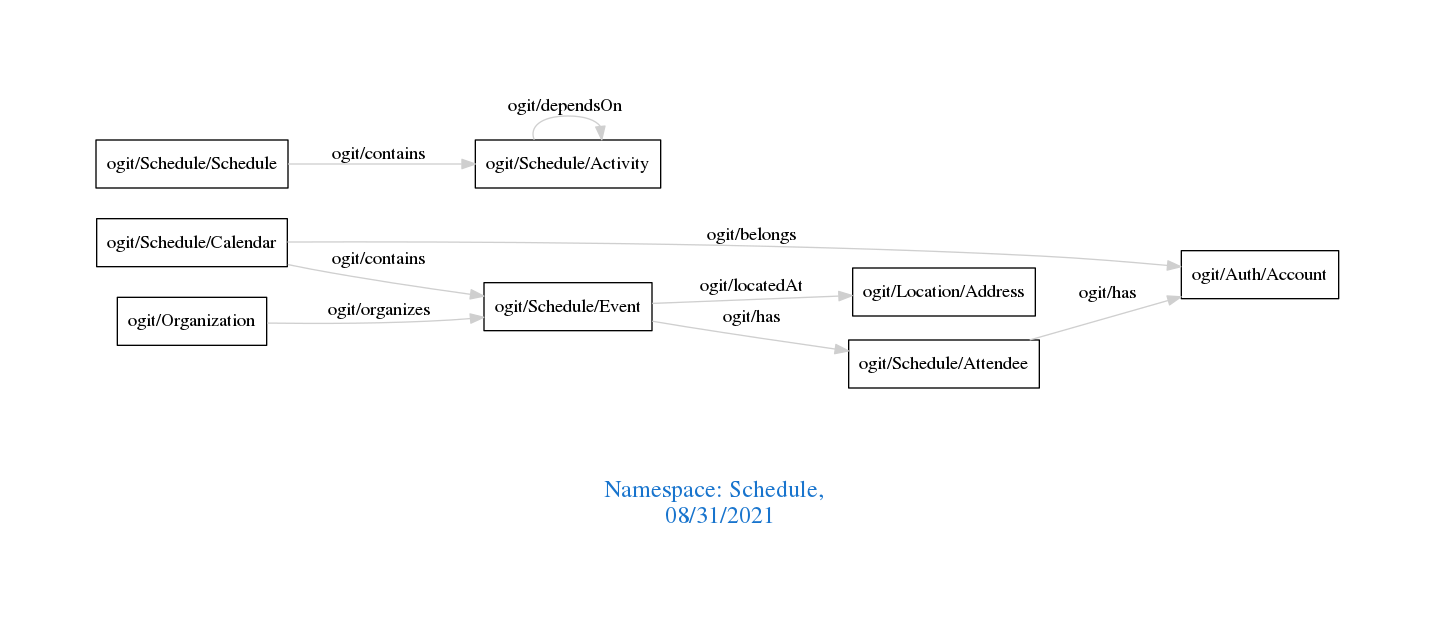
Earlier version of the Graphviz export downloads/Schedule.png (arago/OGIT). Its source is kept beside it as downloads/Schedule.dot.
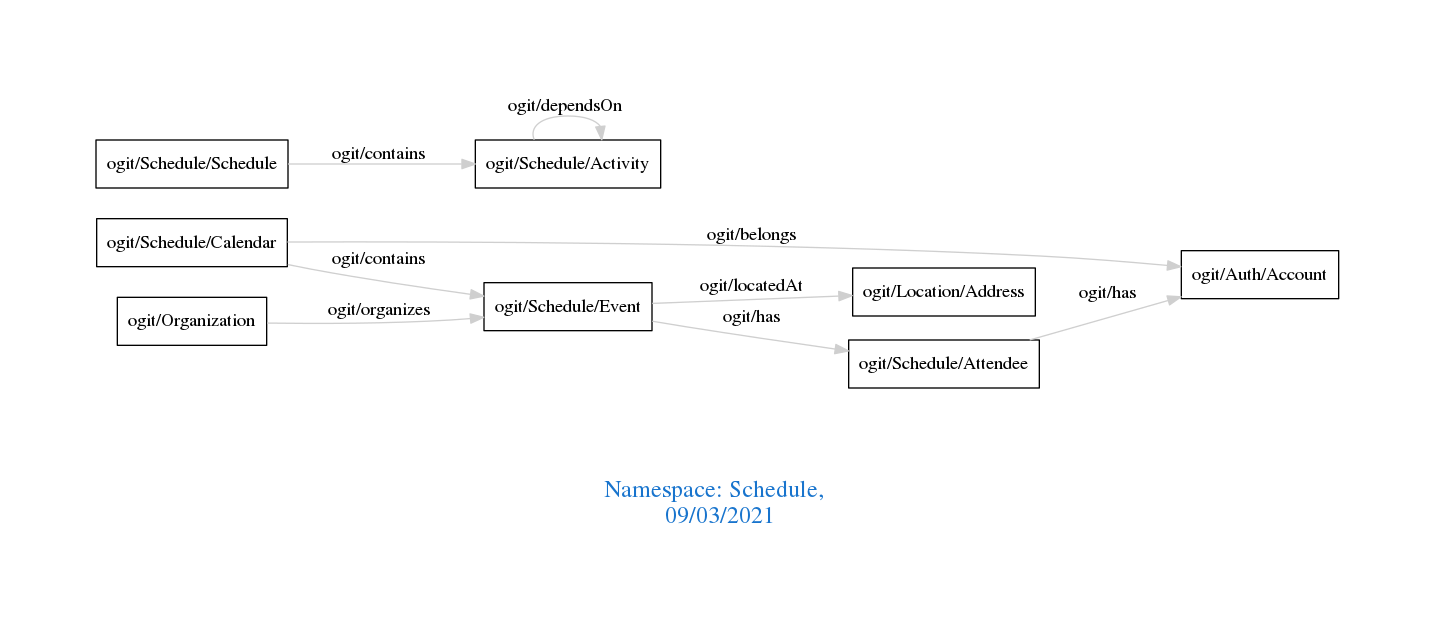
Above is the later version.

What changed in the source:
```diff
@@ -1,7 +1,7 @@
 digraph OGIT_ontology {
  graph [ rankdir= LR,pad=1
 fontsize = 18,
-fontcolor= dodgerblue3,label = "\n\n\nNamespace: Schedule, \n 08/31/2021"];
+fontcolor= dodgerblue3,label = "\n\n\nNamespace: Schedule, \n 09/03/2021"];
 node[shape=polygon];
 edge [  color="gray81"];
 
```
